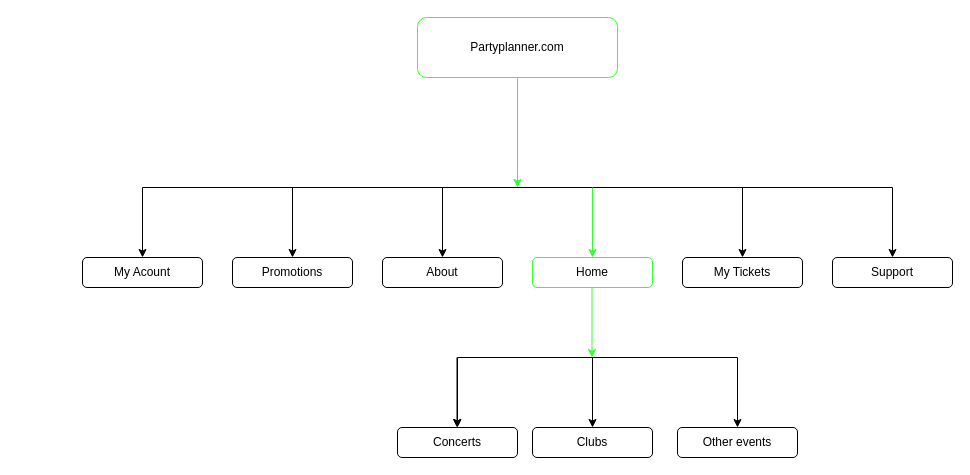
Earlier version of the draw.io diagram docs/Sitemap_SWI.drawio (Crramos/Sistemas_Web_1). Source tidied: cells renumbered, new cells numbered last; positions are measured from the earlier drawing's top-left corner, leaving out a move shared by most shapes. Both pictures are drawn from the tidied source at 100%, with x=0, y=0 at pixel (82, 17).
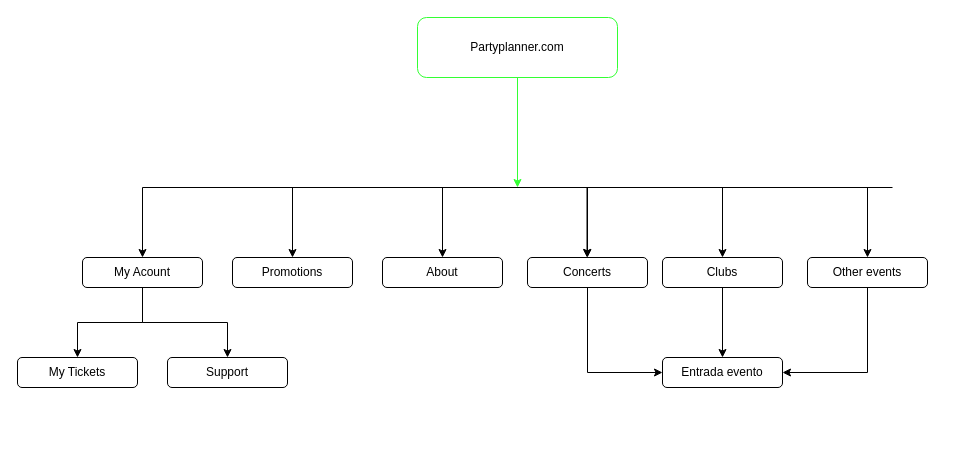
The same page after the edit.

Unchanged cells that the change refers to:
```xml
<mxCell id="6" value="Support" style="rounded=1;whiteSpace=wrap;html=1;" parent="4" vertex="1">
  <mxGeometry y="70" width="120" height="30" as="geometry" />
</mxCell>
<mxCell id="9" value="My Tickets" style="rounded=1;whiteSpace=wrap;html=1;" parent="7" vertex="1">
  <mxGeometry y="70" width="120" height="30" as="geometry" />
</mxCell>
<mxCell id="15" value="My Acount" style="rounded=1;whiteSpace=wrap;html=1;" parent="13" vertex="1">
  <mxGeometry y="70" width="120" height="30" as="geometry" />
</mxCell>
```

Change to the diagram source:
```diff
@@
     <mxCell id="4" style="group;" parent="1" vertex="1">
-      <mxGeometry x="750" y="170" width="120" height="100" as="geometry" />
+      <mxGeometry x="85" y="270" width="120" height="100" as="geometry" />
     </mxCell>
-    <mxCell id="5" style="endArrow=classic;html=1;rounded=0;exitX=0.5;exitY=1;exitDx=0;exitDy=0;" parent="4" edge="1">
-      <mxGeometry relative="1" as="geometry">
-        <mxPoint x="60" as="sourcePoint" />
-        <mxPoint x="60" y="70" as="targetPoint" />
-      </mxGeometry>
-    </mxCell>
@@
     <mxCell id="7" style="group;" parent="1" vertex="1">
-      <mxGeometry x="600" y="170" width="120" height="100" as="geometry" />
+      <mxGeometry x="-65" y="270" width="120" height="100" as="geometry" />
     </mxCell>
-    <mxCell id="8" style="endArrow=classic;html=1;rounded=0;exitX=0.5;exitY=1;exitDx=0;exitDy=0;" parent="7" edge="1">
-      <mxGeometry relative="1" as="geometry">
-        <mxPoint x="60" as="sourcePoint" />
-        <mxPoint x="60" y="70" as="targetPoint" />
-      </mxGeometry>
-    </mxCell>
@@
-    <mxCell id="18" style="endArrow=classic;html=1;rounded=0;exitX=0.5;exitY=1;exitDx=0;exitDy=0;strokeColor=#33FF33;" parent="1" edge="1">
-      <mxGeometry relative="1" as="geometry">
-        <mxPoint x="509.5" y="270" as="sourcePoint" />
-        <mxPoint x="509.5" y="340" as="targetPoint" />
-      </mxGeometry>
-    </mxCell>
     <mxCell id="19" style="group;" parent="1" vertex="1">
-      <mxGeometry x="450" y="340" width="120" height="100" as="geometry" />
+      <mxGeometry x="580" y="170" width="120" height="100" as="geometry" />
     </mxCell>
@@
     <mxCell id="22" style="endArrow=classic;html=1;rounded=0;exitX=0.5;exitY=1;exitDx=0;exitDy=0;" parent="1" edge="1">
       <mxGeometry relative="1" as="geometry">
-        <mxPoint x="655" y="340" as="sourcePoint" />
-        <mxPoint x="655" y="410" as="targetPoint" />
+        <mxPoint x="785" y="170" as="sourcePoint" />
+        <mxPoint x="785" y="240" as="targetPoint" />
       </mxGeometry>
     </mxCell>
+    <mxCell id="31" style="edgeStyle=orthogonalEdgeStyle;rounded=0;jettySize=auto;html=1;entryX=1;entryY=0.5;entryDx=0;entryDy=0;exitX=0.5;exitY=1;exitDx=0;exitDy=0;" parent="1" edge="1" source="23" target="35">
+      <mxGeometry relative="1" as="geometry" />
+    </mxCell>
     <mxCell id="23" value="Other events" style="rounded=1;whiteSpace=wrap;html=1;" parent="1" vertex="1">
-      <mxGeometry x="595" y="410" width="120" height="30" as="geometry" />
+      <mxGeometry x="725" y="240" width="120" height="30" as="geometry" />
     </mxCell>
+    <mxCell id="32" style="edgeStyle=orthogonalEdgeStyle;rounded=0;jettySize=auto;html=1;entryX=0;entryY=0.5;entryDx=0;entryDy=0;exitX=0.5;exitY=1;exitDx=0;exitDy=0;" parent="1" edge="1" source="24" target="35">
+      <mxGeometry relative="1" as="geometry" />
+    </mxCell>
     <mxCell id="24" value="Concerts" style="rounded=1;whiteSpace=wrap;html=1;" parent="1" vertex="1">
-      <mxGeometry x="315" y="410" width="120" height="30" as="geometry" />
+      <mxGeometry x="445" y="240" width="120" height="30" as="geometry" />
     </mxCell>
     <mxCell id="25" style="endArrow=none;html=1;rounded=0;" parent="1" edge="1">
       <mxGeometry relative="1" as="geometry">
-        <mxPoint x="375" y="340" as="sourcePoint" />
-        <mxPoint x="655" y="340" as="targetPoint" />
+        <mxPoint x="505" y="170" as="sourcePoint" />
+        <mxPoint x="785" y="170" as="targetPoint" />
       </mxGeometry>
     </mxCell>
     <mxCell id="26" style="endArrow=classic;html=1;rounded=0;exitX=0.5;exitY=1;exitDx=0;exitDy=0;" parent="1" edge="1">
       <mxGeometry relative="1" as="geometry">
-        <mxPoint x="375" y="340" as="sourcePoint" />
-        <mxPoint x="375" y="410" as="targetPoint" />
+        <mxPoint x="505" y="170" as="sourcePoint" />
+        <mxPoint x="505" y="240" as="targetPoint" />
       </mxGeometry>
     </mxCell>
     <mxCell id="27" style="endArrow=classic;html=1;rounded=0;exitX=0.5;exitY=1;exitDx=0;exitDy=0;" parent="1" edge="1">
       <mxGeometry relative="1" as="geometry">
-        <mxPoint x="374.5" y="340" as="sourcePoint" />
-        <mxPoint x="374.5" y="410" as="targetPoint" />
+        <mxPoint x="504.5" y="170" as="sourcePoint" />
+        <mxPoint x="504.5" y="240" as="targetPoint" />
       </mxGeometry>
     </mxCell>
-    <mxCell id="28" value="Home" style="rounded=1;whiteSpace=wrap;html=1;strokeColor=#33FF33;" parent="1" vertex="1">
-      <mxGeometry x="450" y="240" width="120" height="30" as="geometry" />
-    </mxCell>
@@
-    <mxCell id="30" style="endArrow=classic;html=1;rounded=0;exitX=0.5;exitY=1;exitDx=0;exitDy=0;strokeColor=#33FF33;" parent="1" edge="1">
-      <mxGeometry relative="1" as="geometry">
-        <mxPoint x="510" y="170" as="sourcePoint" />
-        <mxPoint x="510" y="240" as="targetPoint" />
-      </mxGeometry>
-    </mxCell>
+    <mxCell id="33" style="group;" parent="1" vertex="1">
+      <mxGeometry x="580" y="270" width="120" height="100" as="geometry" />
+    </mxCell>
+    <mxCell id="34" style="endArrow=classic;html=1;rounded=0;exitX=0.5;exitY=1;exitDx=0;exitDy=0;" parent="33" edge="1">
+      <mxGeometry relative="1" as="geometry">
+        <mxPoint x="60" as="sourcePoint" />
+        <mxPoint x="60" y="70" as="targetPoint" />
+      </mxGeometry>
+    </mxCell>
+    <mxCell id="35" value="Entrada evento" style="rounded=1;whiteSpace=wrap;html=1;" parent="33" vertex="1">
+      <mxGeometry y="70" width="120" height="30" as="geometry" />
+    </mxCell>
+    <mxCell id="36" style="edgeStyle=orthogonalEdgeStyle;rounded=0;jettySize=auto;html=1;" parent="1" edge="1" source="15" target="9">
+      <mxGeometry relative="1" as="geometry" />
+    </mxCell>
+    <mxCell id="37" style="edgeStyle=orthogonalEdgeStyle;rounded=0;jettySize=auto;html=1;" parent="1" edge="1" source="15" target="6">
+      <mxGeometry relative="1" as="geometry" />
+    </mxCell>
```
